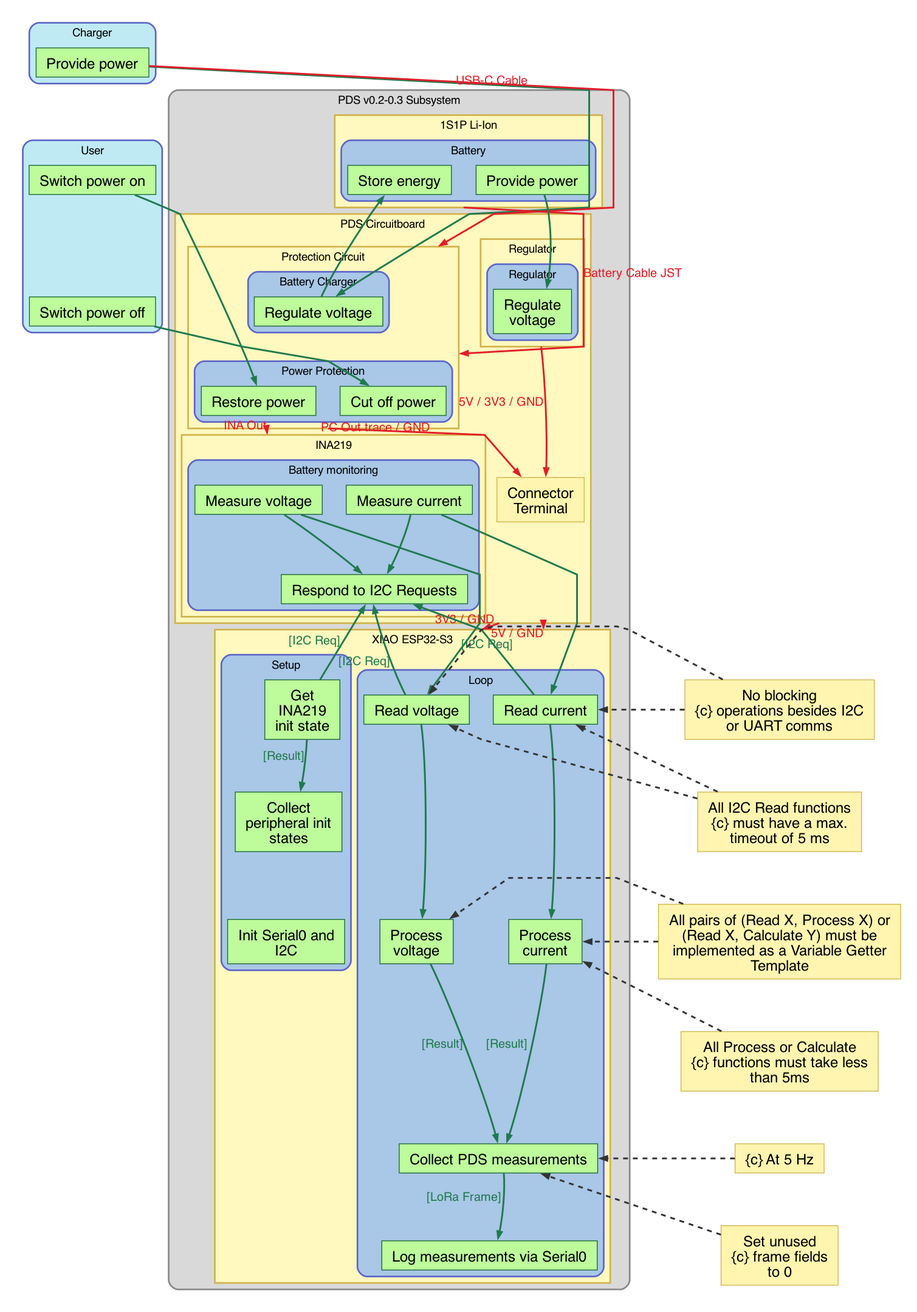
DeltaLabo/CanSatWorkshop keeps this Graphviz diagram as PDS/PDS_v0.2_dot.png. Above is the earlier version. Its source is kept beside it as PDS/PDS_v0.2.dot.
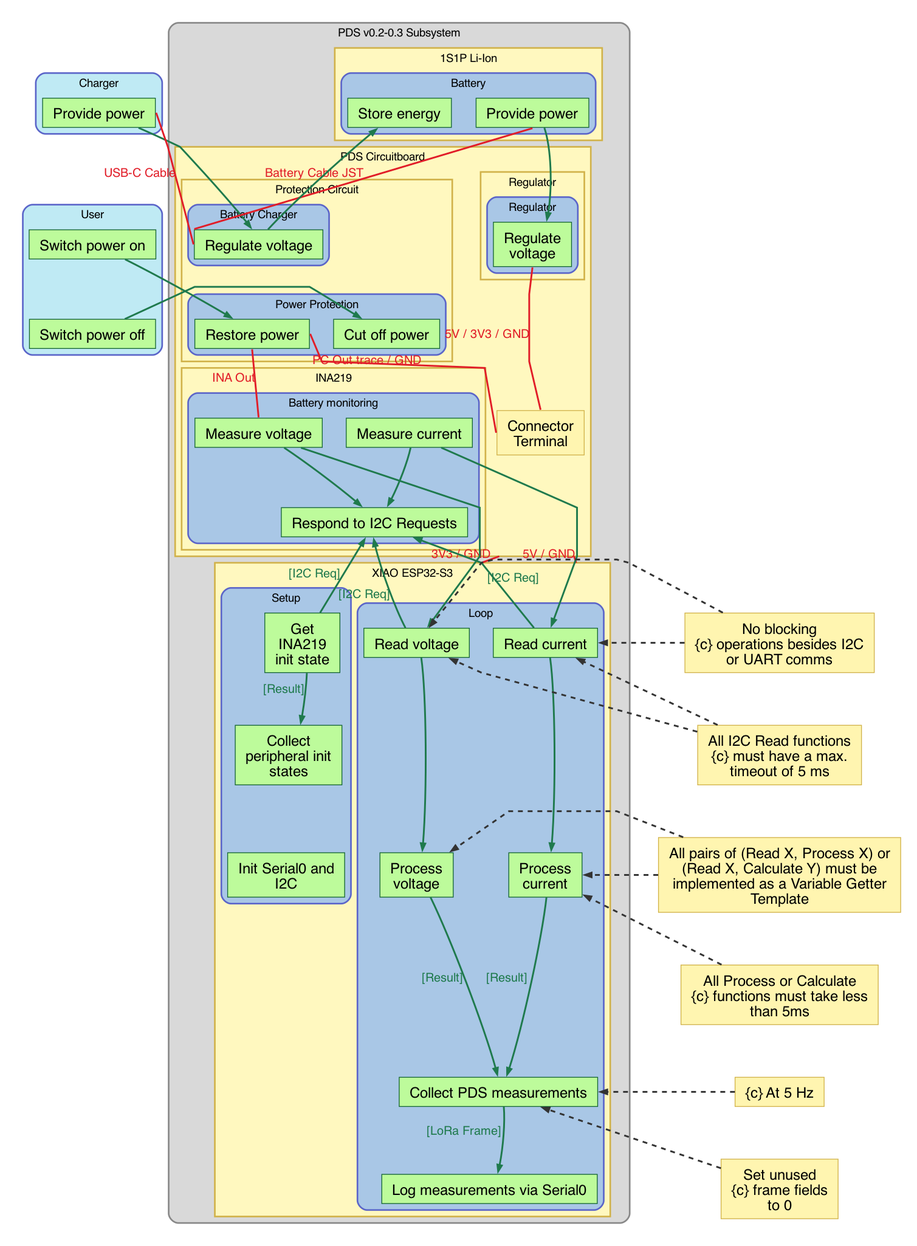
The same file after the commit.

Diff of the diagram source:
```diff
@@ -218,8 +218,8 @@
   { rank=same; xiao_process_v; xiao_process_i; note_vgt; }
   { rank=same; xiao_collect; note_5hz; }
 
-  charger_power -> batt_store [style=invis, weight=10];
-  batt_store -> charger_reg [style=invis, weight=80];
+  charger_power -> charger_reg [style=invis, weight=80];
+  batt_store -> charger_reg [style=invis, weight=65];
   batt_provide -> regulate_voltage [style=invis, weight=90];
   connector_terminal -> xiao_get_init [style=invis, weight=115];
   ina_respond -> xiao_read_v [style=invis, weight=120];
@@ -247,13 +247,77 @@
   ina_measure_v -> xiao_read_v [color="#1F7A4D", fontcolor="#1F7A4D", constraint=false, minlen=2];
   ina_measure_i -> xiao_read_i [color="#1F7A4D", fontcolor="#1F7A4D", constraint=false, minlen=2];
 
-  charger_power -> charger_reg [xlabel="USB-C Cable", color="#E11D28", fontcolor="#E11D28", lhead=cluster_protection, constraint=false, minlen=2];
-  batt_store -> restore_power [xlabel="Battery Cable JST", color="#E11D28", fontcolor="#E11D28", ltail=cluster_battpack, lhead=cluster_protection, constraint=false];
-  restore_power -> connector_terminal [xlabel="PC Out trace / GND", color="#E11D28", fontcolor="#E11D28", ltail=cluster_protection, constraint=false];
-  restore_power -> ina_measure_v [xlabel="INA Out", color="#E11D28", fontcolor="#E11D28", ltail=cluster_protection, lhead=cluster_ina219, constraint=false];
-  regulate_voltage -> connector_terminal [xlabel="5V / 3V3 / GND", color="#E11D28", fontcolor="#E11D28", ltail=cluster_regulator_block, constraint=false];
-  connector_terminal -> xiao_read_v [xlabel="3V3 / GND", color="#E11D28", fontcolor="#E11D28", ltail=cluster_board, lhead=cluster_xiao, constraint=false, minlen=2];
-  connector_terminal -> xiao_read_i [xlabel="5V / GND", color="#E11D28", fontcolor="#E11D28", ltail=cluster_board, lhead=cluster_xiao, constraint=false, minlen=2];
+  charger_power -> charger_reg [
+    xlabel="USB-C Cable",
+    color="#E11D28",
+    fontcolor="#E11D28",
+    constraint=false,
+    minlen=1,
+    dir=none,
+    tailport=e,
+    headport=w
+  ];
+  batt_provide -> charger_reg [
+    xlabel="Battery Cable JST",
+    color="#E11D28",
+    fontcolor="#E11D28",
+    constraint=false,
+    minlen=1,
+    dir=none,
+    tailport=s,
+    headport=nw
+  ];
+  restore_power -> connector_terminal [
+    xlabel="PC Out trace / GND",
+    color="#E11D28",
+    fontcolor="#E11D28",
+    constraint=false,
+    dir=none,
+    tailport=e,
+    headport=w
+  ];
+  restore_power -> ina_measure_v [
+    xlabel="INA Out",
+    color="#E11D28",
+    fontcolor="#E11D28",
+    constraint=false,
+    dir=none,
+    tailport=s,
+    headport=n
+  ];
+  regulate_voltage -> connector_terminal [
+    xlabel="5V / 3V3 / GND",
+    color="#E11D28",
+    fontcolor="#E11D28",
+    constraint=false,
+    dir=none,
+    tailport=s,
+    headport=n
+  ];
+  connector_terminal -> xiao_read_v [
+    xlabel="3V3 / GND",
+    color="#E11D28",
+    fontcolor="#E11D28",
+    ltail=cluster_board,
+    lhead=cluster_xiao,
+    constraint=false,
+    minlen=1,
+    dir=none,
+    tailport=s,
+    headport=nw
+  ];
+  connector_terminal -> xiao_read_i [
+    xlabel="5V / GND",
+    color="#E11D28",
+    fontcolor="#E11D28",
+    ltail=cluster_board,
+    lhead=cluster_xiao,
+    constraint=false,
+    minlen=1,
+    dir=none,
+    tailport=s,
+    headport=ne
+  ];
 
   note_nb   -> xiao_read_v    [style=dashed, color="#333333", constraint=false];
   note_nb   -> xiao_read_i    [style=dashed, color="#333333", constraint=false];
```
